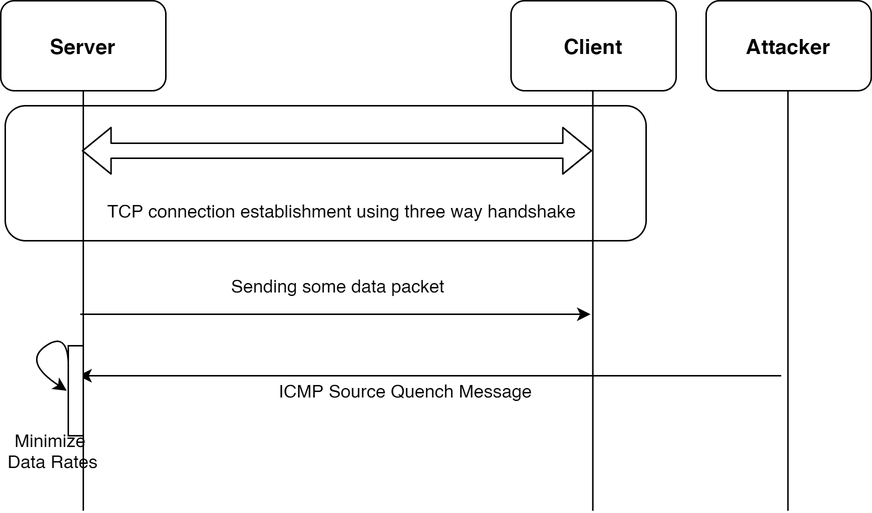
Before: ICMP-attack-Page-5.png, a diagram exported from draw.io (tahmidurrafid/ICMP-attack-against-TCP). Source tidied: cells renumbered, new cells last; positions are measured from the earlier drawing's top-left corner, leaving out a move shared by most shapes. Source of this version:
```xml
<mxGraphModel>
  <root>
    <mxCell id="0" />
    <mxCell id="1" parent="0" />
    <mxCell id="2" style="rounded=1;whiteSpace=wrap;html=1;sketch=0;" parent="1" vertex="1">
      <mxGeometry x="3" y="70" width="427" height="90" as="geometry" />
    </mxCell>
    <mxCell id="3" style="whiteSpace=wrap;html=1;rounded=1;" parent="1" vertex="1">
      <mxGeometry width="110" height="60" as="geometry" />
    </mxCell>
    <mxCell id="4" value="Server" style="text;html=1;strokeColor=none;fillColor=none;align=center;verticalAlign=middle;whiteSpace=wrap;fontStyle=1;fontSize=14;rounded=1;" parent="1" vertex="1">
      <mxGeometry x="35" y="20" width="40" height="20" as="geometry" />
    </mxCell>
    <mxCell id="5" style="whiteSpace=wrap;html=1;rounded=1;" parent="1" vertex="1">
      <mxGeometry x="340" width="110" height="60" as="geometry" />
    </mxCell>
    <mxCell id="6" value="Client" style="text;html=1;strokeColor=none;fillColor=none;align=center;verticalAlign=middle;whiteSpace=wrap;fontStyle=1;fontSize=14;rounded=1;" parent="1" vertex="1">
      <mxGeometry x="375" y="20" width="40" height="20" as="geometry" />
    </mxCell>
    <mxCell id="7" style="endArrow=none;html=1;entryX=0.5;entryY=1;entryDx=0;entryDy=0;" parent="1" edge="1" target="3">
      <mxGeometry relative="1" as="geometry">
        <mxPoint x="55" y="340" as="sourcePoint" />
      </mxGeometry>
    </mxCell>
    <mxCell id="8" style="endArrow=none;html=1;entryX=0.5;entryY=1;entryDx=0;entryDy=0;" parent="1" edge="1">
      <mxGeometry relative="1" as="geometry">
        <mxPoint x="394.5" y="340" as="sourcePoint" />
        <mxPoint x="394.5" y="60" as="targetPoint" />
      </mxGeometry>
    </mxCell>
    <mxCell id="9" style="endArrow=classic;html=1;" parent="1" edge="1">
      <mxGeometry relative="1" as="geometry">
        <mxPoint x="53" y="209" as="sourcePoint" />
        <mxPoint x="393" y="209" as="targetPoint" />
      </mxGeometry>
    </mxCell>
    <mxCell id="10" value="Sending some data packet" style="text;html=1;strokeColor=none;fillColor=none;align=center;verticalAlign=middle;whiteSpace=wrap;rounded=0;sketch=0;" parent="1" vertex="1">
      <mxGeometry x="135" y="180" width="180" height="20" as="geometry" />
    </mxCell>
    <mxCell id="11" style="endArrow=classic;html=1;" parent="1" edge="1">
      <mxGeometry relative="1" as="geometry">
        <mxPoint x="520" y="250" as="sourcePoint" />
        <mxPoint x="51.6" y="250" as="targetPoint" />
      </mxGeometry>
    </mxCell>
    <mxCell id="12" value="ICMP Source Quench Message" style="text;html=1;strokeColor=none;fillColor=none;align=center;verticalAlign=middle;whiteSpace=wrap;rounded=0;sketch=0;" parent="1" vertex="1">
      <mxGeometry x="180" y="250" width="180" height="20" as="geometry" />
    </mxCell>
    <mxCell id="13" style="rounded=0;whiteSpace=wrap;html=1;sketch=0;" parent="1" vertex="1">
      <mxGeometry x="45" y="230" width="10" height="60" as="geometry" />
    </mxCell>
    <mxCell id="14" style="curved=1;endArrow=classic;html=1;" parent="1" edge="1">
      <mxGeometry relative="1" as="geometry">
        <mxPoint x="45" y="241" as="sourcePoint" />
        <mxPoint x="44" y="260" as="targetPoint" />
        <Array as="points">
          <mxPoint x="44" y="220" />
          <mxPoint x="15" y="241" />
        </Array>
      </mxGeometry>
    </mxCell>
    <mxCell id="15" style="shape=flexArrow;endArrow=classic;startArrow=classic;html=1;" parent="1" edge="1">
      <mxGeometry relative="1" as="geometry">
        <mxPoint x="54" y="100" as="sourcePoint" />
        <mxPoint x="394" y="100" as="targetPoint" />
      </mxGeometry>
    </mxCell>
    <mxCell id="16" value="TCP connection establishment using three way handshake" style="text;html=1;strokeColor=none;fillColor=none;align=center;verticalAlign=middle;whiteSpace=wrap;rounded=0;sketch=0;" parent="1" vertex="1">
      <mxGeometry x="55" y="130" width="345" height="20" as="geometry" />
    </mxCell>
    <mxCell id="17" style="whiteSpace=wrap;html=1;rounded=1;" parent="1" vertex="1">
      <mxGeometry x="470" width="110" height="60" as="geometry" />
    </mxCell>
    <mxCell id="18" value="Attacker" style="text;html=1;strokeColor=none;fillColor=none;align=center;verticalAlign=middle;whiteSpace=wrap;fontStyle=1;fontSize=14;rounded=1;" parent="1" vertex="1">
      <mxGeometry x="505" y="20" width="40" height="20" as="geometry" />
    </mxCell>
    <mxCell id="19" style="endArrow=none;html=1;entryX=0.5;entryY=1;entryDx=0;entryDy=0;" parent="1" edge="1">
      <mxGeometry relative="1" as="geometry">
        <mxPoint x="524.5" y="340" as="sourcePoint" />
        <mxPoint x="524.5" y="60" as="targetPoint" />
      </mxGeometry>
    </mxCell>
    <mxCell id="20" value="Minimize&amp;nbsp;&lt;br&gt;Data Rates" style="text;html=1;strokeColor=none;fillColor=none;align=center;verticalAlign=middle;whiteSpace=wrap;rounded=0;sketch=0;" parent="1" vertex="1">
      <mxGeometry y="290" width="70" height="20" as="geometry" />
    </mxCell>
  </root>
</mxGraphModel>
```
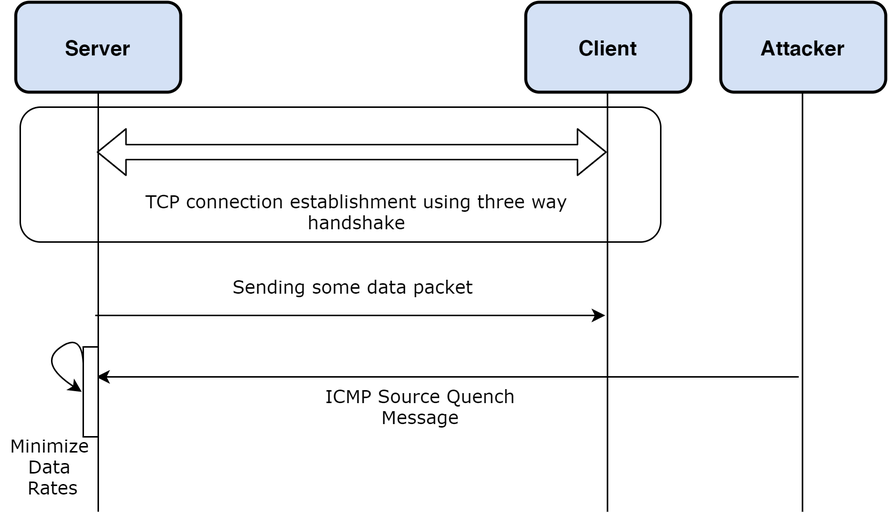
After the change.

The edit, as a diff of the source:
```diff
@@ -5,13 +5,13 @@
     <mxCell id="2" style="rounded=1;whiteSpace=wrap;html=1;sketch=0;" parent="1" vertex="1">
       <mxGeometry x="3" y="70" width="427" height="90" as="geometry" />
     </mxCell>
-    <mxCell id="3" style="whiteSpace=wrap;html=1;rounded=1;" parent="1" vertex="1">
+    <mxCell id="3" style="whiteSpace=wrap;html=1;rounded=1;strokeWidth=2;fillColor=#D4E1F5;" parent="1" vertex="1">
       <mxGeometry width="110" height="60" as="geometry" />
     </mxCell>
     <mxCell id="4" value="Server" style="text;html=1;strokeColor=none;fillColor=none;align=center;verticalAlign=middle;whiteSpace=wrap;fontStyle=1;fontSize=14;rounded=1;" parent="1" vertex="1">
       <mxGeometry x="35" y="20" width="40" height="20" as="geometry" />
     </mxCell>
-    <mxCell id="5" style="whiteSpace=wrap;html=1;rounded=1;" parent="1" vertex="1">
+    <mxCell id="5" style="whiteSpace=wrap;html=1;rounded=1;strokeWidth=2;fillColor=#D4E1F5;" parent="1" vertex="1">
       <mxGeometry x="340" width="110" height="60" as="geometry" />
     </mxCell>
     <mxCell id="6" value="Client" style="text;html=1;strokeColor=none;fillColor=none;align=center;verticalAlign=middle;whiteSpace=wrap;fontStyle=1;fontSize=14;rounded=1;" parent="1" vertex="1">
@@ -34,17 +34,17 @@
         <mxPoint x="393" y="209" as="targetPoint" />
       </mxGeometry>
     </mxCell>
-    <mxCell id="10" value="Sending some data packet" style="text;html=1;strokeColor=none;fillColor=none;align=center;verticalAlign=middle;whiteSpace=wrap;rounded=0;sketch=0;" parent="1" vertex="1">
+    <mxCell id="10" value="Sending some data packet" style="text;html=1;strokeColor=none;fillColor=none;align=center;verticalAlign=middle;whiteSpace=wrap;rounded=0;sketch=0;fontFamily=Verdana;" parent="1" vertex="1">
       <mxGeometry x="135" y="180" width="180" height="20" as="geometry" />
     </mxCell>
     <mxCell id="11" style="endArrow=classic;html=1;" parent="1" edge="1">
       <mxGeometry relative="1" as="geometry">
-        <mxPoint x="520" y="250" as="sourcePoint" />
-        <mxPoint x="51.6" y="250" as="targetPoint" />
+        <mxPoint x="522" y="250" as="sourcePoint" />
+        <mxPoint x="53.6" y="250" as="targetPoint" />
       </mxGeometry>
     </mxCell>
-    <mxCell id="12" value="ICMP Source Quench Message" style="text;html=1;strokeColor=none;fillColor=none;align=center;verticalAlign=middle;whiteSpace=wrap;rounded=0;sketch=0;" parent="1" vertex="1">
-      <mxGeometry x="180" y="250" width="180" height="20" as="geometry" />
+    <mxCell id="12" value="ICMP Source Quench Message" style="text;html=1;strokeColor=none;fillColor=none;align=center;verticalAlign=middle;whiteSpace=wrap;rounded=0;sketch=0;fontFamily=Verdana;" parent="1" vertex="1">
+      <mxGeometry x="180" y="260" width="180" height="20" as="geometry" />
     </mxCell>
     <mxCell id="13" style="rounded=0;whiteSpace=wrap;html=1;sketch=0;" parent="1" vertex="1">
       <mxGeometry x="45" y="230" width="10" height="60" as="geometry" />
@@ -65,10 +65,10 @@
         <mxPoint x="394" y="100" as="targetPoint" />
       </mxGeometry>
     </mxCell>
-    <mxCell id="16" value="TCP connection establishment using three way handshake" style="text;html=1;strokeColor=none;fillColor=none;align=center;verticalAlign=middle;whiteSpace=wrap;rounded=0;sketch=0;" parent="1" vertex="1">
+    <mxCell id="16" value="TCP connection establishment using three way handshake" style="text;html=1;strokeColor=none;fillColor=none;align=center;verticalAlign=middle;whiteSpace=wrap;rounded=0;sketch=0;fontFamily=Verdana;" parent="1" vertex="1">
       <mxGeometry x="55" y="130" width="345" height="20" as="geometry" />
     </mxCell>
-    <mxCell id="17" style="whiteSpace=wrap;html=1;rounded=1;" parent="1" vertex="1">
+    <mxCell id="17" style="whiteSpace=wrap;html=1;rounded=1;strokeWidth=2;fillColor=#D4E1F5;" parent="1" vertex="1">
       <mxGeometry x="470" width="110" height="60" as="geometry" />
     </mxCell>
     <mxCell id="18" value="Attacker" style="text;html=1;strokeColor=none;fillColor=none;align=center;verticalAlign=middle;whiteSpace=wrap;fontStyle=1;fontSize=14;rounded=1;" parent="1" vertex="1">
@@ -80,8 +80,8 @@
         <mxPoint x="524.5" y="60" as="targetPoint" />
       </mxGeometry>
     </mxCell>
-    <mxCell id="20" value="Minimize&amp;nbsp;&lt;br&gt;Data Rates" style="text;html=1;strokeColor=none;fillColor=none;align=center;verticalAlign=middle;whiteSpace=wrap;rounded=0;sketch=0;" parent="1" vertex="1">
-      <mxGeometry y="290" width="70" height="20" as="geometry" />
+    <mxCell id="20" value="Minimize&amp;nbsp;&lt;br&gt;Data &lt;br&gt;Rates" style="text;html=1;strokeColor=none;fillColor=none;align=center;verticalAlign=middle;whiteSpace=wrap;rounded=0;sketch=0;fontFamily=Verdana;" parent="1" vertex="1">
+      <mxGeometry x="-10" y="300" width="70" height="20" as="geometry" />
     </mxCell>
   </root>
 </mxGraphModel>
```
